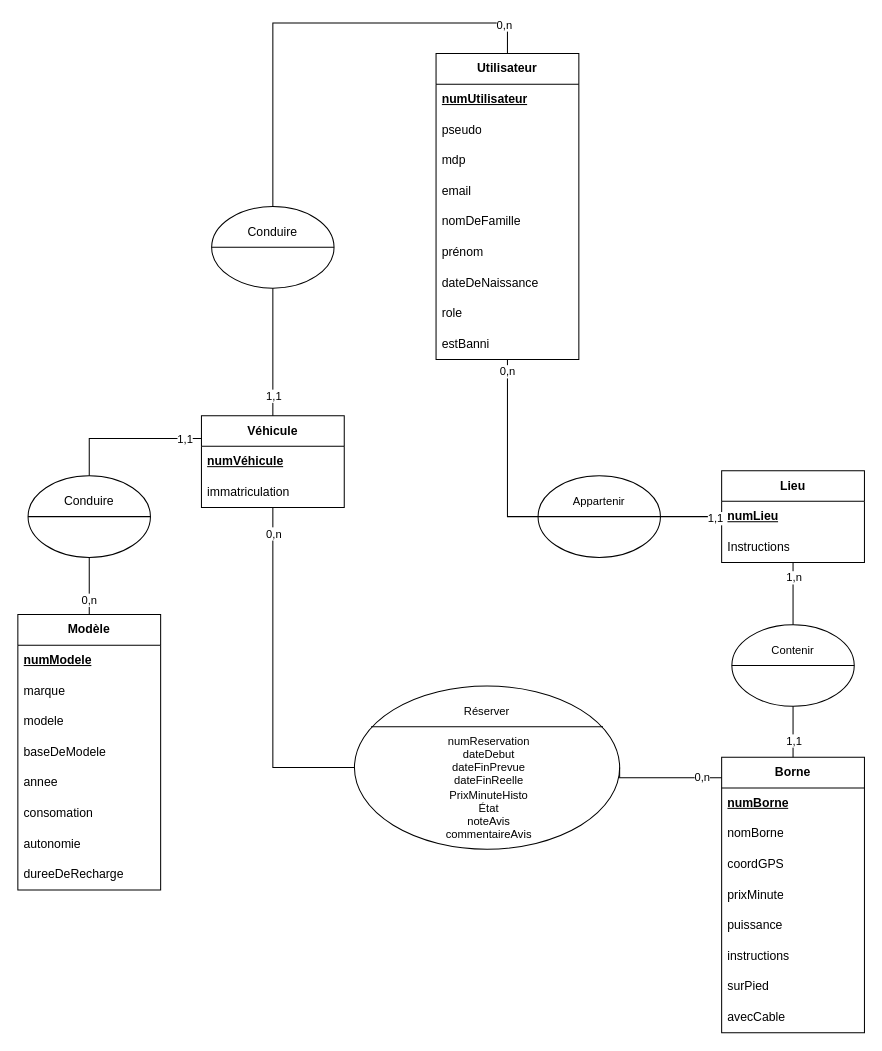
The draw.io diagram page "mcd" (1 of 3) of merise-electricity-business.drawio in LaiPe/electricity-business-back, before the edit. Source tidied: cells renumbered, new cells numbered last; positions are measured from the earlier drawing's top-left corner, leaving out a move shared by most shapes. Both pictures are drawn from the tidied source at 102%, with x=0, y=0 at pixel (17, 22).
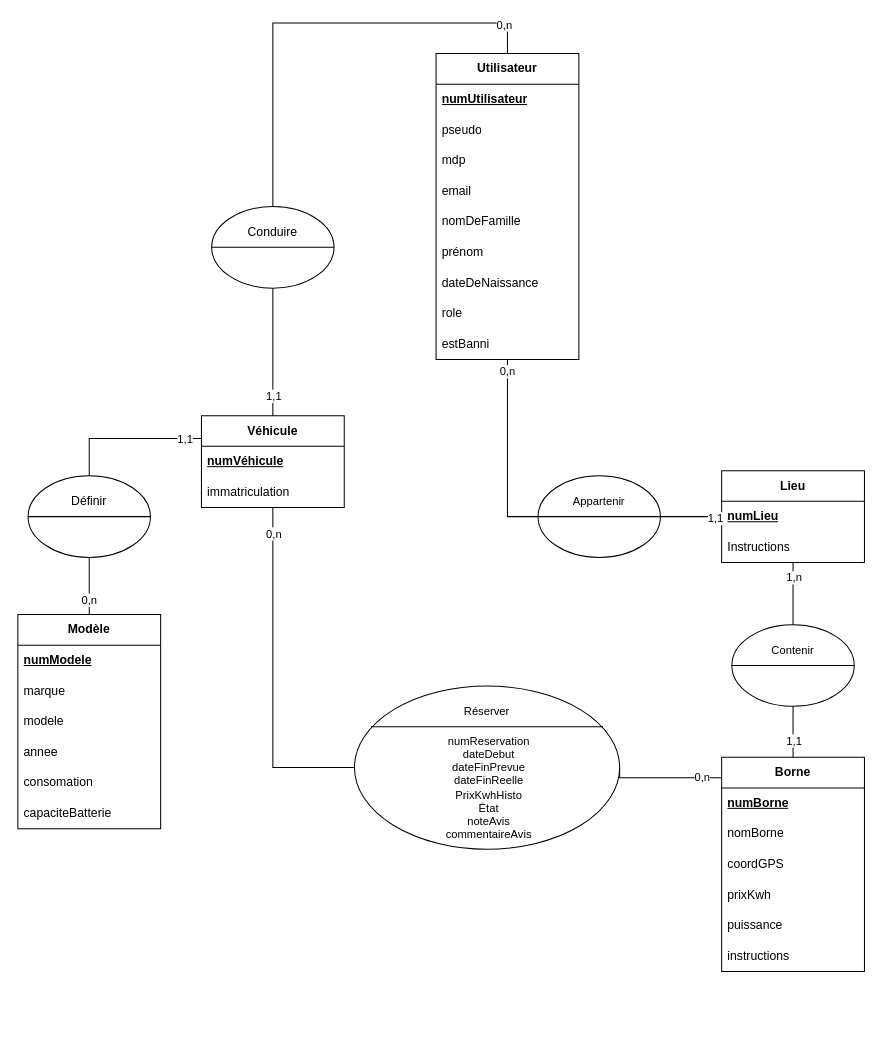
The same diagram, later.

The change refers to these unchanged cells:
```xml
<mxCell id="42" style="group;fontFamily=Helvetica;fontSize=11;fontColor=default;labelBackgroundColor=default;rounded=0;" parent="1" vertex="1">
  <mxGeometry x="330" y="650" width="260" height="160" as="geometry" />
</mxCell>
<mxCell id="71" style="group;" parent="1" vertex="1">
  <mxGeometry x="10" y="444" width="120" height="80" as="geometry" />
</mxCell>
```

Change to the diagram source:
```diff
@@
     <mxCell id="14" value="&lt;b&gt;Borne&lt;/b&gt;" style="swimlane;fontStyle=0;horizontal=1;startSize=30;whiteSpace=wrap;html=1;" parent="1" vertex="1">
-      <mxGeometry x="690" y="720" width="140" height="270" as="geometry" />
+      <mxGeometry x="690" y="720" width="140" height="210" as="geometry" />
     </mxCell>
@@
-    <mxCell id="18" value="prixMinute" style="text;strokeColor=none;fillColor=none;align=left;verticalAlign=middle;spacingLeft=4;spacingRight=4;overflow=hidden;whiteSpace=wrap;html=1;" parent="14" vertex="1">
+    <mxCell id="18" value="prixKwh" style="text;strokeColor=none;fillColor=none;align=left;verticalAlign=middle;spacingLeft=4;spacingRight=4;overflow=hidden;whiteSpace=wrap;html=1;" parent="14" vertex="1">
       <mxGeometry y="120" width="140" height="30" as="geometry" />
     </mxCell>
@@
-    <mxCell id="21" value="surPied" style="text;strokeColor=none;fillColor=none;align=left;verticalAlign=middle;spacingLeft=4;spacingRight=4;overflow=hidden;whiteSpace=wrap;html=1;" parent="14" vertex="1">
-      <mxGeometry y="210" width="140" height="30" as="geometry" />
-    </mxCell>
-    <mxCell id="22" value="avecCable" style="text;strokeColor=none;fillColor=none;align=left;verticalAlign=middle;spacingLeft=4;spacingRight=4;overflow=hidden;whiteSpace=wrap;html=1;" parent="14" vertex="1">
-      <mxGeometry y="240" width="140" height="30" as="geometry" />
-    </mxCell>
@@
-    <mxCell id="45" value="&lt;div&gt;numReservation&lt;/div&gt;dateDebut&lt;div&gt;dateFinPrevue&lt;br&gt;&lt;div&gt;dateFinReelle&lt;/div&gt;&lt;div&gt;&lt;span style=&quot;background-color: light-dark(#ffffff, var(--ge-dark-color, #121212)); color: light-dark(rgb(0, 0, 0), rgb(255, 255, 255));&quot;&gt;PrixMinuteHisto&lt;/span&gt;&lt;/div&gt;&lt;div&gt;&lt;span style=&quot;color: light-dark(rgb(0, 0, 0), rgb(255, 255, 255)); background-color: light-dark(#ffffff, var(--ge-dark-color, #121212));&quot;&gt;État&lt;/span&gt;&lt;/div&gt;&lt;div&gt;&lt;span style=&quot;color: light-dark(rgb(0, 0, 0), rgb(255, 255, 255)); background-color: light-dark(#ffffff, var(--ge-dark-color, #121212));&quot;&gt;noteAvis&lt;/span&gt;&lt;/div&gt;&lt;div&gt;&lt;span style=&quot;color: light-dark(rgb(0, 0, 0), rgb(255, 255, 255)); background-color: light-dark(#ffffff, var(--ge-dark-color, #121212));&quot;&gt;commentaireAvis&lt;/span&gt;&lt;/div&gt;&lt;/div&gt;" style="text;html=1;align=center;verticalAlign=middle;whiteSpace=wrap;rounded=0;fontFamily=Helvetica;fontSize=11;fontColor=default;labelBackgroundColor=default;" parent="42" vertex="1">
+    <mxCell id="45" value="&lt;div&gt;numReservation&lt;/div&gt;dateDebut&lt;div&gt;dateFinPrevue&lt;br&gt;&lt;div&gt;dateFinReelle&lt;/div&gt;&lt;div&gt;&lt;span style=&quot;background-color: light-dark(#ffffff, var(--ge-dark-color, #121212)); color: light-dark(rgb(0, 0, 0), rgb(255, 255, 255));&quot;&gt;PrixKwhHisto&lt;/span&gt;&lt;/div&gt;&lt;div&gt;&lt;span style=&quot;color: light-dark(rgb(0, 0, 0), rgb(255, 255, 255)); background-color: light-dark(#ffffff, var(--ge-dark-color, #121212));&quot;&gt;État&lt;/span&gt;&lt;/div&gt;&lt;div&gt;&lt;span style=&quot;color: light-dark(rgb(0, 0, 0), rgb(255, 255, 255)); background-color: light-dark(#ffffff, var(--ge-dark-color, #121212));&quot;&gt;noteAvis&lt;/span&gt;&lt;/div&gt;&lt;div&gt;&lt;span style=&quot;color: light-dark(rgb(0, 0, 0), rgb(255, 255, 255)); background-color: light-dark(#ffffff, var(--ge-dark-color, #121212));&quot;&gt;commentaireAvis&lt;/span&gt;&lt;/div&gt;&lt;/div&gt;" style="text;html=1;align=center;verticalAlign=middle;whiteSpace=wrap;rounded=0;fontFamily=Helvetica;fontSize=11;fontColor=default;labelBackgroundColor=default;" parent="42" vertex="1">
       <mxGeometry x="65" y="60" width="133.8" height="80" as="geometry" />
     </mxCell>
@@
     <mxCell id="62" value="&lt;b&gt;Modèle&lt;/b&gt;" style="swimlane;fontStyle=0;horizontal=1;startSize=30;whiteSpace=wrap;html=1;rotation=0;absoluteArcSize=0;" parent="1" vertex="1">
-      <mxGeometry y="580" width="140" height="270" as="geometry" />
+      <mxGeometry y="580" width="140" height="210" as="geometry" />
     </mxCell>
@@
-    <mxCell id="66" value="baseDeModele" style="text;strokeColor=none;fillColor=none;align=left;verticalAlign=middle;spacingLeft=4;spacingRight=4;overflow=hidden;whiteSpace=wrap;html=1;" parent="62" vertex="1">
-      <mxGeometry y="120" width="140" height="30" as="geometry" />
-    </mxCell>
     <mxCell id="67" value="annee" style="text;strokeColor=none;fillColor=none;align=left;verticalAlign=middle;spacingLeft=4;spacingRight=4;overflow=hidden;whiteSpace=wrap;html=1;" parent="62" vertex="1">
-      <mxGeometry y="150" width="140" height="30" as="geometry" />
+      <mxGeometry y="120" width="140" height="30" as="geometry" />
     </mxCell>
     <mxCell id="68" value="consomation" style="text;strokeColor=none;fillColor=none;align=left;verticalAlign=middle;spacingLeft=4;spacingRight=4;overflow=hidden;whiteSpace=wrap;html=1;" parent="62" vertex="1">
-      <mxGeometry y="180" width="140" height="30" as="geometry" />
+      <mxGeometry y="150" width="140" height="30" as="geometry" />
     </mxCell>
-    <mxCell id="69" value="autonomie" style="text;strokeColor=none;fillColor=none;align=left;verticalAlign=middle;spacingLeft=4;spacingRight=4;overflow=hidden;whiteSpace=wrap;html=1;" parent="62" vertex="1">
-      <mxGeometry y="210" width="140" height="30" as="geometry" />
+    <mxCell id="69" value="capaciteBatterie" style="text;strokeColor=none;fillColor=none;align=left;verticalAlign=middle;spacingLeft=4;spacingRight=4;overflow=hidden;whiteSpace=wrap;html=1;" parent="62" vertex="1">
+      <mxGeometry y="180" width="140" height="30" as="geometry" />
     </mxCell>
-    <mxCell id="70" value="dureeDeRecharge" style="text;strokeColor=none;fillColor=none;align=left;verticalAlign=middle;spacingLeft=4;spacingRight=4;overflow=hidden;whiteSpace=wrap;html=1;" parent="62" vertex="1">
-      <mxGeometry y="240" width="140" height="30" as="geometry" />
-    </mxCell>
@@
-    <mxCell id="73" value="Conduire" style="text;html=1;align=center;verticalAlign=middle;whiteSpace=wrap;rounded=0;" parent="71" vertex="1">
+    <mxCell id="73" value="Définir" style="text;html=1;align=center;verticalAlign=middle;whiteSpace=wrap;rounded=0;" parent="71" vertex="1">
       <mxGeometry x="30" y="10" width="60" height="30" as="geometry" />
     </mxCell>
```
